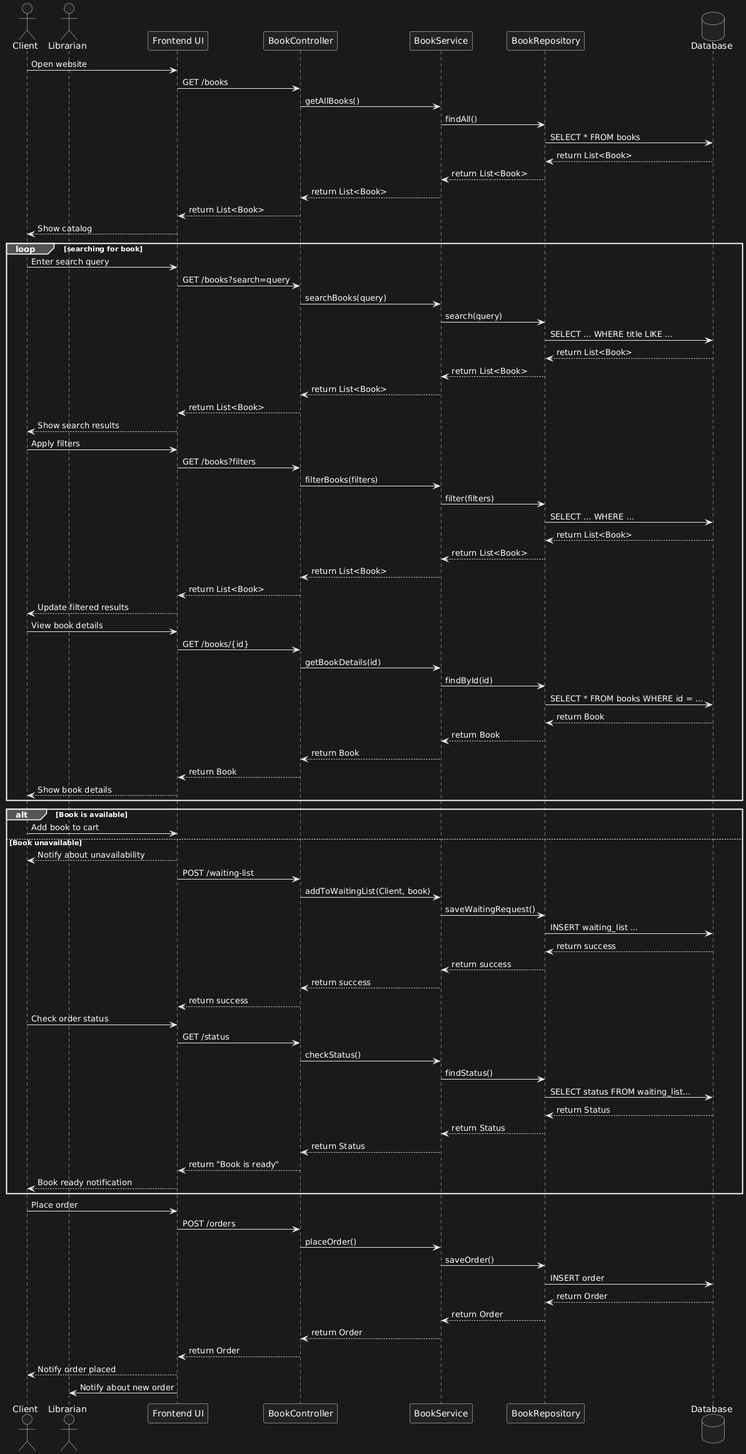
Before: lab3/SEQDIAGRAM.png, a diagram exported from PlantUML (v14cl/kpi-labs). Source of this version:
```plantuml
@startuml
actor Client
actor Librarian

participant "Frontend UI" as UI
participant "BookController" as Controller
participant "BookService" as Service
participant "BookRepository" as Repository
database "Database" as DB


Client -> UI: Open website
UI -> Controller: GET /books
Controller -> Service: getAllBooks()
Service -> Repository: findAll()
Repository -> DB: SELECT * FROM books
DB --> Repository: return List<Book>
Repository --> Service: return List<Book>
Service --> Controller: return List<Book>
Controller --> UI: return List<Book>
UI --> Client: Show catalog

loop searching for book
    Client -> UI: Enter search query
    UI -> Controller: GET /books?search=query
    Controller -> Service: searchBooks(query)
    Service -> Repository: search(query)
    Repository -> DB: SELECT ... WHERE title LIKE ...
    DB --> Repository: return List<Book>
    Repository --> Service: return List<Book>
    Service --> Controller: return List<Book>
    Controller --> UI: return List<Book>
    UI --> Client: Show search results

    Client -> UI: Apply filters
    UI -> Controller: GET /books?filters
    Controller -> Service: filterBooks(filters)
    Service -> Repository: filter(filters)
    Repository -> DB: SELECT ... WHERE ...
    DB --> Repository: return List<Book>
    Repository --> Service: return List<Book>
    Service --> Controller: return List<Book>
    Controller --> UI: return List<Book>
    UI --> Client: Update filtered results

    Client -> UI: View book details
    UI -> Controller: GET /books/{id}
    Controller -> Service: getBookDetails(id)
    Service -> Repository: findById(id)
    Repository -> DB: SELECT * FROM books WHERE id = ...
    DB --> Repository: return Book
    Repository --> Service: return Book
    Service --> Controller: return Book
    Controller --> UI: return Book
    UI --> Client: Show book details
end

alt Book is available
    Client -> UI: Add book to cart
else Book unavailable
    UI --> Client: Notify about unavailability
    UI -> Controller: POST /waiting-list
    Controller -> Service: addToWaitingList(Client, book)
    Service -> Repository: saveWaitingRequest()
    Repository -> DB: INSERT waiting_list ...
    DB --> Repository: return success
    Repository --> Service: return success
    Service --> Controller: return success
    Controller --> UI: return success

    Client -> UI: Check order status
    UI -> Controller: GET /status
    Controller -> Service: checkStatus()
    Service -> Repository: findStatus()
    Repository -> DB: SELECT status FROM waiting_list...
    DB --> Repository: return Status
    Repository --> Service: return Status
    Service --> Controller: return Status
    Controller --> UI: return "Book is ready"
    UI --> Client: Book ready notification
end

Client -> UI: Place order
UI -> Controller: POST /orders
Controller -> Service: placeOrder()
Service -> Repository: saveOrder()
Repository -> DB: INSERT order
DB --> Repository: return Order
Repository --> Service: return Order
Service --> Controller: return Order
Controller --> UI: return Order
UI --> Client: Notify order placed

UI -> Librarian: Notify about new order
@enduml
```
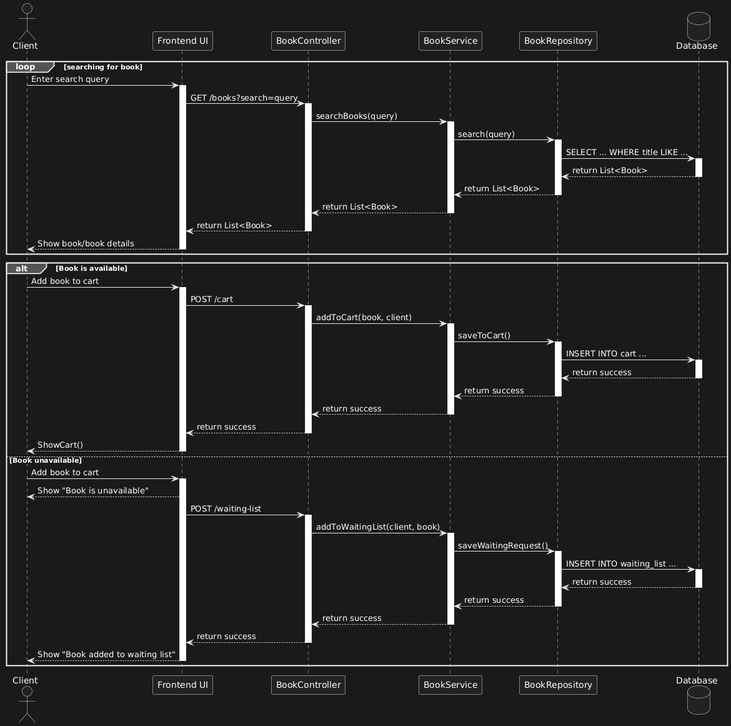
After the commit.

Commit message:
Simplify lab3 diagram

The edit, as a diff of the source:
```diff
@@ -1,95 +1,79 @@
 @startuml
 actor Client
-actor Librarian
-
 participant "Frontend UI" as UI
 participant "BookController" as Controller
 participant "BookService" as Service
 participant "BookRepository" as Repository
 database "Database" as DB
 
-
-Client -> UI: Open website
-UI -> Controller: GET /books
-Controller -> Service: getAllBooks()
-Service -> Repository: findAll()
-Repository -> DB: SELECT * FROM books
-DB --> Repository: return List<Book>
-Repository --> Service: return List<Book>
-Service --> Controller: return List<Book>
-Controller --> UI: return List<Book>
-UI --> Client: Show catalog
-
 loop searching for book
     Client -> UI: Enter search query
+    activate UI
     UI -> Controller: GET /books?search=query
+    activate Controller
     Controller -> Service: searchBooks(query)
+    activate Service
     Service -> Repository: search(query)
+    activate Repository
     Repository -> DB: SELECT ... WHERE title LIKE ...
+    activate DB
     DB --> Repository: return List<Book>
+    deactivate DB
     Repository --> Service: return List<Book>
+    deactivate Repository
     Service --> Controller: return List<Book>
+    deactivate Service
     Controller --> UI: return List<Book>
-    UI --> Client: Show search results
-
-    Client -> UI: Apply filters
-    UI -> Controller: GET /books?filters
-    Controller -> Service: filterBooks(filters)
-    Service -> Repository: filter(filters)
-    Repository -> DB: SELECT ... WHERE ...
-    DB --> Repository: return List<Book>
-    Repository --> Service: return List<Book>
-    Service --> Controller: return List<Book>
-    Controller --> UI: return List<Book>
-    UI --> Client: Update filtered results
-
-    Client -> UI: View book details
-    UI -> Controller: GET /books/{id}
-    Controller -> Service: getBookDetails(id)
-    Service -> Repository: findById(id)
-    Repository -> DB: SELECT * FROM books WHERE id = ...
-    DB --> Repository: return Book
-    Repository --> Service: return Book
-    Service --> Controller: return Book
-    Controller --> UI: return Book
-    UI --> Client: Show book details
+    deactivate Controller
+    UI --> Client: Show book/book details
+    deactivate UI
 end
 
 alt Book is available
     Client -> UI: Add book to cart
+    activate UI
+    UI -> Controller: POST /cart
+    activate Controller
+    Controller -> Service: addToCart(book, client)
+    activate Service
+    Service -> Repository: saveToCart()
+    activate Repository
+    Repository -> DB: INSERT INTO cart ...
+    activate DB
+    DB --> Repository: return success
+    deactivate DB
+    Repository --> Service: return success
+    deactivate Repository
+    Service --> Controller: return success
+    deactivate Service
+    Controller --> UI: return success
+    deactivate Controller
+
+    UI --> Client: ShowCart()
+    deactivate UI
+
 else Book unavailable
-    UI --> Client: Notify about unavailability
+    Client -> UI: Add book to cart
+    activate UI
+    UI --> Client: Show "Book is unavailable"
     UI -> Controller: POST /waiting-list
-    Controller -> Service: addToWaitingList(Client, book)
+    activate Controller
+    Controller -> Service: addToWaitingList(client, book)
+    activate Service
     Service -> Repository: saveWaitingRequest()
-    Repository -> DB: INSERT waiting_list ...
+    activate Repository
+    Repository -> DB: INSERT INTO waiting_list ...
+    activate DB
     DB --> Repository: return success
+    deactivate DB
     Repository --> Service: return success
+    deactivate Repository
     Service --> Controller: return success
+    deactivate Service
     Controller --> UI: return success
+    deactivate Controller
 
-    Client -> UI: Check order status
-    UI -> Controller: GET /status
-    Controller -> Service: checkStatus()
-    Service -> Repository: findStatus()
-    Repository -> DB: SELECT status FROM waiting_list...
-    DB --> Repository: return Status
-    Repository --> Service: return Status
-    Service --> Controller: return Status
-    Controller --> UI: return "Book is ready"
-    UI --> Client: Book ready notification
+    UI --> Client: Show "Book added to waiting list"
+    deactivate UI
 end
-
-Client -> UI: Place order
-UI -> Controller: POST /orders
-Controller -> Service: placeOrder()
-Service -> Repository: saveOrder()
-Repository -> DB: INSERT order
-DB --> Repository: return Order
-Repository --> Service: return Order
-Service --> Controller: return Order
-Controller --> UI: return Order
-UI --> Client: Notify order placed
-
-UI -> Librarian: Notify about new order
 @enduml
```
